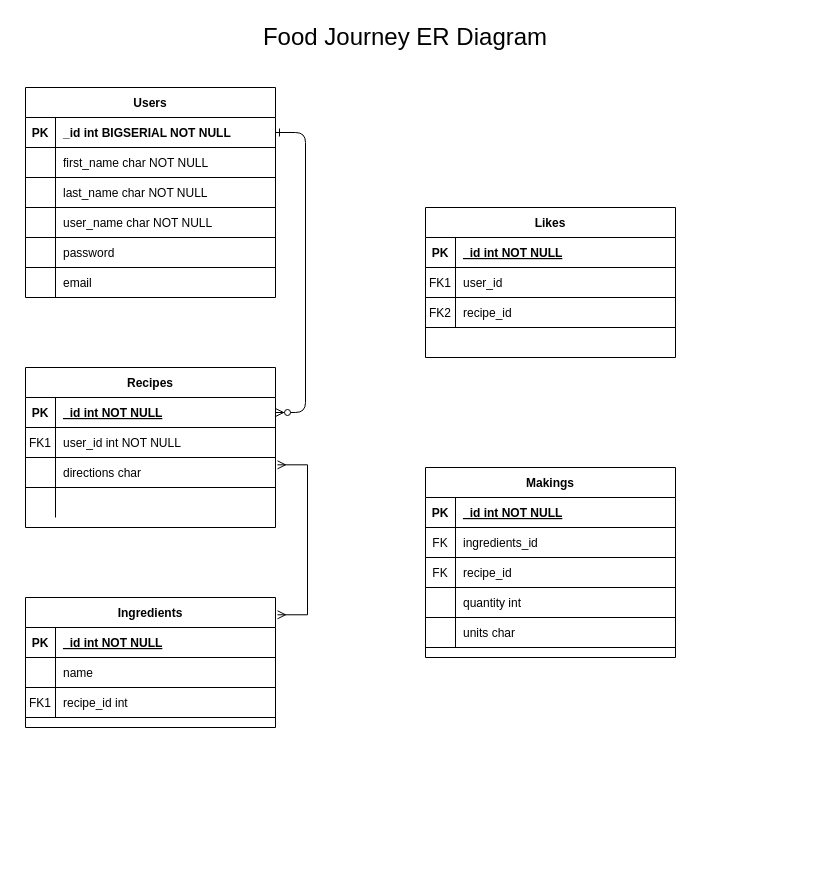
Earlier version of the draw.io diagram docs/ER_Data_Diagram.drawio (ChristopherJPan/food-journey-1). Source tidied: cells renumbered, new cells numbered last; positions are measured from the earlier drawing's top-left corner, leaving out a move shared by most shapes. Both pictures are drawn from the tidied source at 100%, with x=0, y=0 at pixel (25, 17).
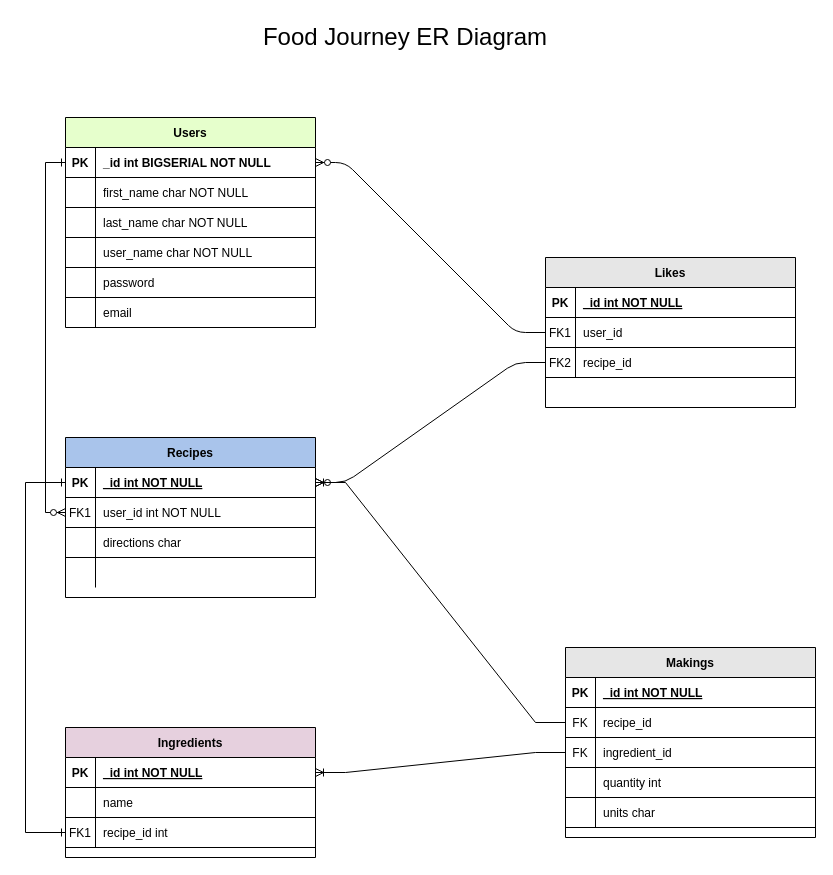
The same page after the edit.

Unchanged cells that the change refers to:
```xml
<mxCell id="4" style="shape=partialRectangle;fillColor=none;points=[[0,0.5],[1,0.5]];portConstraint=eastwest;top=0;left=0;right=0;bottom=1;" parent="3" vertex="1">
  <mxGeometry y="30" width="250" height="30" as="geometry" />
</mxCell>
<mxCell id="7" style="shape=partialRectangle;fillColor=none;points=[[0,0.5],[1,0.5]];portConstraint=eastwest;top=0;left=0;right=0;bottom=1;" parent="3" vertex="1">
  <mxGeometry y="60" width="250" height="30" as="geometry" />
</mxCell>
<mxCell id="10" style="shape=partialRectangle;fillColor=none;points=[[0,0.5],[1,0.5]];portConstraint=eastwest;top=0;left=0;right=0;bottom=1;" parent="3" vertex="1">
  <mxGeometry y="90" width="250" height="30" as="geometry" />
</mxCell>
<mxCell id="17" style="shape=partialRectangle;fillColor=none;points=[[0,0.5],[1,0.5]];portConstraint=eastwest;top=0;left=0;right=0;bottom=1;" parent="16" vertex="1">
  <mxGeometry y="30" width="250" height="30" as="geometry" />
</mxCell>
<mxCell id="23" style="shape=partialRectangle;fillColor=none;points=[[0,0.5],[1,0.5]];portConstraint=eastwest;top=0;left=0;right=0;bottom=1;" parent="16" vertex="1">
  <mxGeometry y="90" width="250" height="30" as="geometry" />
</mxCell>
<mxCell id="27" style="shape=partialRectangle;fillColor=none;points=[[0,0.5],[1,0.5]];portConstraint=eastwest;top=0;left=0;right=0;bottom=1;" parent="26" vertex="1">
  <mxGeometry y="30" width="250" height="30" as="geometry" />
</mxCell>
<mxCell id="49" style="shape=partialRectangle;fillColor=none;points=[[0,0.5],[1,0.5]];portConstraint=eastwest;top=0;left=0;right=0;bottom=1;" parent="45" vertex="1">
  <mxGeometry y="60" width="250" height="30" as="geometry" />
</mxCell>
<mxCell id="52" style="shape=partialRectangle;fillColor=none;points=[[0,0.5],[1,0.5]];portConstraint=eastwest;top=0;left=0;right=0;bottom=1;" parent="45" vertex="1">
  <mxGeometry y="90" width="250" height="30" as="geometry" />
</mxCell>
<mxCell id="59" style="shape=partialRectangle;fillColor=none;points=[[0,0.5],[1,0.5]];portConstraint=eastwest;top=0;left=0;right=0;bottom=1;" parent="55" vertex="1">
  <mxGeometry y="60" width="250" height="30" as="geometry" />
</mxCell>
<mxCell id="62" style="shape=partialRectangle;fillColor=none;points=[[0,0.5],[1,0.5]];portConstraint=eastwest;top=0;left=0;right=0;bottom=1;" parent="55" vertex="1">
  <mxGeometry y="90" width="250" height="30" as="geometry" />
</mxCell>
```

Change to the diagram source:
```diff
@@
-    <mxCell id="2" style="edgeStyle=entityRelationEdgeStyle;endArrow=ERzeroToMany;startArrow=ERone;endFill=1;startFill=0;" parent="1" edge="1" source="27" target="4">
-      <mxGeometry relative="1" as="geometry" />
-    </mxCell>
-    <mxCell id="3" value="Recipes" style="shape=table;startSize=30;childLayout=tableLayout;rowLines=0;fontStyle=1;align=center;" parent="1" vertex="1">
-      <mxGeometry y="350" width="250" height="160" as="geometry" />
+    <mxCell id="3" value="Recipes" style="shape=table;startSize=30;childLayout=tableLayout;rowLines=0;fontStyle=1;align=center;fillColor=#A9C4EB;" parent="1" vertex="1">
+      <mxGeometry x="40" y="420" width="250" height="160" as="geometry" />
     </mxCell>
@@
-    <mxCell id="16" value="Ingredients" style="shape=table;startSize=30;childLayout=tableLayout;rowLines=0;fontStyle=1;align=center;" parent="1" vertex="1">
-      <mxGeometry y="580" width="250" height="130" as="geometry" />
+    <mxCell id="16" value="Ingredients" style="shape=table;startSize=30;childLayout=tableLayout;rowLines=0;fontStyle=1;align=center;fillColor=#E6D0DE;" parent="1" vertex="1">
+      <mxGeometry x="40" y="710" width="250" height="130" as="geometry" />
     </mxCell>
@@
-    <mxCell id="26" value="Users" style="shape=table;startSize=30;childLayout=tableLayout;rowLines=0;fontStyle=1;align=center;" parent="1" vertex="1">
-      <mxGeometry y="70" width="250" height="210" as="geometry" />
+    <mxCell id="26" value="Users" style="shape=table;startSize=30;childLayout=tableLayout;rowLines=0;fontStyle=1;align=center;fillColor=#E6FFCC;" parent="1" vertex="1">
+      <mxGeometry x="40" y="100" width="250" height="210" as="geometry" />
     </mxCell>
@@
-    <mxCell id="45" value="Likes" style="shape=table;startSize=30;childLayout=tableLayout;rowLines=0;fontStyle=1;align=center;" parent="1" vertex="1">
-      <mxGeometry x="400" y="190" width="250" height="150" as="geometry" />
+    <mxCell id="45" value="Likes" style="shape=table;startSize=30;childLayout=tableLayout;rowLines=0;fontStyle=1;align=center;fillColor=#E6E6E6;" parent="1" vertex="1">
+      <mxGeometry x="520" y="240" width="250" height="150" as="geometry" />
     </mxCell>
@@
-    <mxCell id="55" value="Makings" style="shape=table;startSize=30;childLayout=tableLayout;rowLines=0;fontStyle=1;align=center;" parent="1" vertex="1">
-      <mxGeometry x="400" y="450" width="250" height="190" as="geometry" />
+    <mxCell id="55" value="Makings" style="shape=table;startSize=30;childLayout=tableLayout;rowLines=0;fontStyle=1;align=center;fillColor=#E6E6E6;" parent="1" vertex="1">
+      <mxGeometry x="540" y="630" width="250" height="190" as="geometry" />
     </mxCell>
@@
-    <mxCell id="61" value="ingredients_id" style="shape=partialRectangle;overflow=hidden;fillColor=none;top=0;left=0;bottom=0;right=0;align=left;spacingLeft=6;fontStyle=0;" parent="59" vertex="1">
+    <mxCell id="61" value="recipe_id" style="shape=partialRectangle;overflow=hidden;fillColor=none;top=0;left=0;bottom=0;right=0;align=left;spacingLeft=6;fontStyle=0;" parent="59" vertex="1">
       <mxGeometry x="30" width="220" height="30" as="geometry" />
     </mxCell>
@@
-    <mxCell id="64" value="recipe_id" style="shape=partialRectangle;overflow=hidden;fillColor=none;top=0;left=0;bottom=0;right=0;align=left;spacingLeft=6;fontStyle=0;" parent="62" vertex="1">
+    <mxCell id="64" value="ingredient_id" style="shape=partialRectangle;overflow=hidden;fillColor=none;top=0;left=0;bottom=0;right=0;align=left;spacingLeft=6;fontStyle=0;" parent="62" vertex="1">
       <mxGeometry x="30" width="220" height="30" as="geometry" />
     </mxCell>
@@
-    <mxCell id="71" style="edgeStyle=entityRelationEdgeStyle;fontSize=12;html=1;endArrow=ERmany;startArrow=ERmany;rounded=0;entryX=1.008;entryY=0.244;entryDx=0;entryDy=0;entryPerimeter=0;exitX=1.008;exitY=0.133;exitDx=0;exitDy=0;exitPerimeter=0;" parent="1" edge="1" source="16" target="10">
-      <mxGeometry relative="1" as="geometry" />
-    </mxCell>
-    <mxCell id="72" value="&lt;font style=&quot;font-size: 24px&quot;&gt;Food Journey ER Diagram&lt;/font&gt;" style="text;html=1;strokeColor=none;fillColor=none;align=center;verticalAlign=middle;whiteSpace=wrap;rounded=0;" parent="1" vertex="1">
+    <mxCell id="72" value="&lt;font style=&quot;font-size: 24px&quot;&gt;Food Journey ER Diagram&lt;/font&gt;" style="text;html=1;strokeColor=none;fillColor=none;align=center;verticalAlign=middle;whiteSpace=wrap;" parent="1" vertex="1">
       <mxGeometry x="180" width="400" height="40" as="geometry" />
     </mxCell>
+    <mxCell id="73" style="edgeStyle=entityRelationEdgeStyle;fontSize=12;html=1;endArrow=ERzeroToMany;endFill=1;entryX=1;entryY=0.5;entryDx=0;entryDy=0;exitX=0;exitY=0.5;exitDx=0;exitDy=0;" parent="1" edge="1" source="49" target="27">
+      <mxGeometry relative="1" as="geometry" />
+    </mxCell>
+    <mxCell id="74" style="edgeStyle=entityRelationEdgeStyle;fontSize=12;html=1;endArrow=ERzeroToMany;endFill=1;entryX=1;entryY=0.5;entryDx=0;entryDy=0;" parent="1" edge="1" source="52" target="4">
+      <mxGeometry relative="1" as="geometry" />
+    </mxCell>
+    <mxCell id="75" style="edgeStyle=entityRelationEdgeStyle;fontSize=12;html=1;endArrow=ERoneToMany;rounded=0;entryX=1;entryY=0.5;entryDx=0;entryDy=0;" parent="1" edge="1" source="59" target="4">
+      <mxGeometry relative="1" as="geometry" />
+    </mxCell>
+    <mxCell id="76" style="edgeStyle=entityRelationEdgeStyle;fontSize=12;html=1;endArrow=ERoneToMany;rounded=0;" parent="1" edge="1" source="62" target="17">
+      <mxGeometry relative="1" as="geometry" />
+    </mxCell>
+    <mxCell id="77" style="edgeStyle=orthogonalEdgeStyle;rounded=0;jettySize=auto;html=1;entryX=0;entryY=0.5;entryDx=0;entryDy=0;endArrow=ERone;endFill=0;startArrow=ERzeroToMany;startFill=1;" parent="1" edge="1" source="7" target="27">
+      <mxGeometry relative="1" as="geometry" />
+    </mxCell>
+    <mxCell id="78" style="edgeStyle=orthogonalEdgeStyle;rounded=0;jettySize=auto;html=1;entryX=0;entryY=0.5;entryDx=0;entryDy=0;startArrow=ERone;startFill=0;endArrow=ERone;endFill=0;" parent="1" edge="1" source="23" target="4">
+      <mxGeometry relative="1" as="geometry">
+        <Array as="points">
+          <mxPoint y="815" />
+          <mxPoint y="465" />
+        </Array>
+      </mxGeometry>
+    </mxCell>
```
